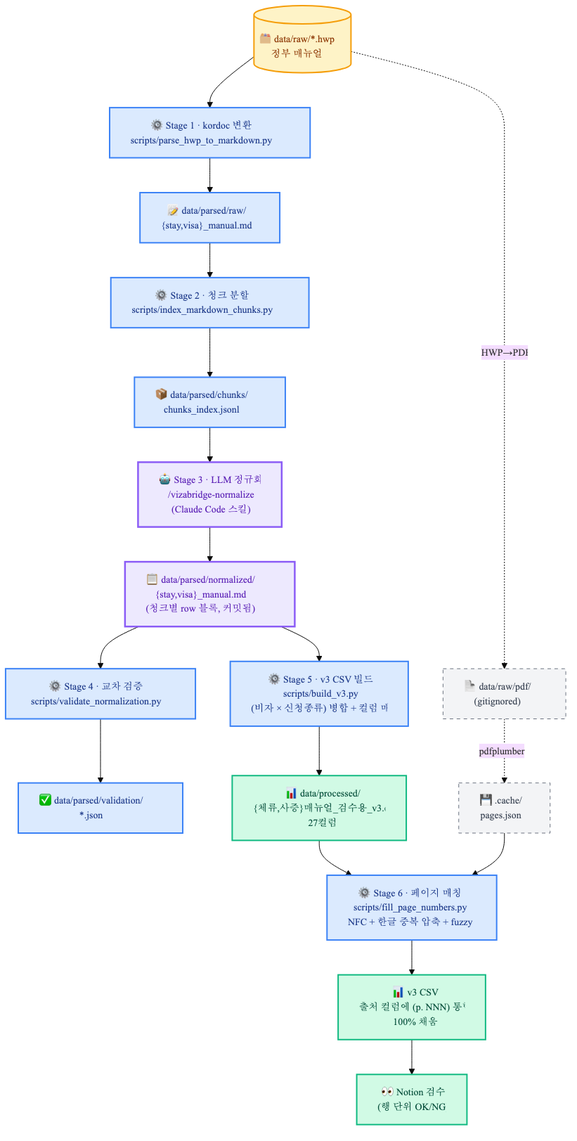
Above: docs/diagrams/pipeline_flow.png in jhkim0602/-Vizabridge-IT-AI- (Mermaid), before the change. Its source is kept beside it as docs/diagrams/pipeline_flow.mmd.
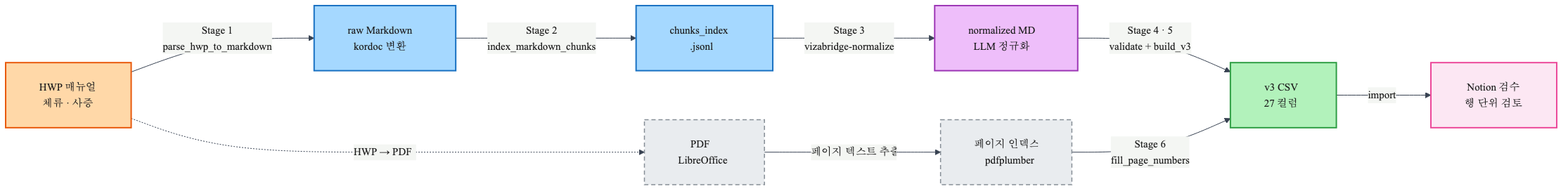
Later version of the same file.

Diff of the diagram source:
```diff
@@ -1,33 +1,28 @@
-%%{init: {'theme': 'base', 'themeVariables': {'fontFamily': 'Apple SD Gothic Neo, Noto Sans KR, sans-serif', 'fontSize': '14px'}}}%%
-flowchart TB
-    classDef source fill:#fef3c7,stroke:#f59e0b,stroke-width:2px,color:#92400e
-    classDef det fill:#dbeafe,stroke:#3b82f6,stroke-width:2px,color:#1e3a8a
-    classDef llm fill:#ede9fe,stroke:#8b5cf6,stroke-width:2.5px,color:#5b21b6
-    classDef out fill:#d1fae5,stroke:#10b981,stroke-width:2px,color:#064e3b
-    classDef tool fill:#f3f4f6,stroke:#6b7280,stroke-dasharray:5 5,color:#374151
+%%{init: {'theme': 'base', 'themeVariables': {'fontFamily': 'Helvetica, sans-serif', 'fontSize': '15px', 'primaryColor': '#f3f4f6', 'primaryTextColor': '#1e1e1e', 'primaryBorderColor': '#374151', 'lineColor': '#374151'}, 'flowchart': {'curve': 'basis', 'padding': 24, 'nodeSpacing': 70, 'rankSpacing': 90}}}%%
+flowchart LR
+    classDef source fill:#ffd8a8,stroke:#e8590c,stroke-width:2px,color:#1e1e1e
+    classDef det fill:#a5d8ff,stroke:#1971c2,stroke-width:2px,color:#1e1e1e
+    classDef llm fill:#eebefa,stroke:#9c36b5,stroke-width:2px,color:#1e1e1e
+    classDef out fill:#b2f2bb,stroke:#2f9e44,stroke-width:2px,color:#1e1e1e
+    classDef derived fill:#e9ecef,stroke:#868e96,stroke-width:1.5px,color:#1e1e1e,stroke-dasharray:6 4
+    classDef rev fill:#fce7f3,stroke:#ec4899,stroke-width:2px,color:#1e1e1e
 
-    HWP[("🗂️ data/raw/*.hwp<br/>정부 매뉴얼")]:::source
+    HWP["HWP 매뉴얼&nbsp;&nbsp;<br/>체류 · 사증&nbsp;&nbsp;"]:::source
+    MD["raw Markdown&nbsp;&nbsp;<br/>kordoc 변환&nbsp;&nbsp;"]:::det
+    CHK["chunks_index&nbsp;&nbsp;<br/>.jsonl"]:::det
+    NORM["normalized MD&nbsp;&nbsp;<br/>LLM 정규화&nbsp;&nbsp;"]:::llm
+    CSV["v3 CSV&nbsp;&nbsp;<br/>27 컬럼&nbsp;&nbsp;"]:::out
+    REV["Notion 검수&nbsp;&nbsp;<br/>행 단위 검토&nbsp;&nbsp;"]:::rev
 
-    HWP --> S1["⚙️ Stage 1 · kordoc 변환<br/>scripts/parse_hwp_to_markdown.py"]:::det
-    S1 --> RAW["📝 data/parsed/raw/<br/>{stay,visa}_manual.md"]:::det
+    PDF["PDF&nbsp;&nbsp;<br/>LibreOffice"]:::derived
+    PAGES["페이지 인덱스&nbsp;&nbsp;<br/>pdfplumber"]:::derived
 
-    RAW --> S2["⚙️ Stage 2 · 청크 분할<br/>scripts/index_markdown_chunks.py"]:::det
-    S2 --> CHUNKS["📦 data/parsed/chunks/<br/>chunks_index.jsonl"]:::det
+    HWP -->|"Stage 1<br/>parse_hwp_to_markdown"| MD
+    MD -->|"Stage 2<br/>index_markdown_chunks"| CHK
+    CHK -->|"Stage 3<br/>vizabridge-normalize"| NORM
+    NORM -->|"Stage 4 · 5<br/>validate + build_v3"| CSV
+    CSV -->|"import"| REV
 
-    CHUNKS --> S3["🤖 Stage 3 · LLM 정규화<br/>/vizabridge-normalize<br/>(Claude Code 스킬)"]:::llm
-    S3 --> NORM["📋 data/parsed/normalized/<br/>{stay,visa}_manual.md<br/>(청크별 row 블록, 커밋됨)"]:::llm
-
-    NORM --> S4["⚙️ Stage 4 · 교차 검증<br/>scripts/validate_normalization.py"]:::det
-    S4 --> VAL["✅ data/parsed/validation/<br/>*.json"]:::det
-
-    NORM --> S5["⚙️ Stage 5 · v3 CSV 빌드<br/>scripts/build_v3.py<br/>(비자 × 신청종류) 병합 + 컬럼 매핑"]:::det
-    S5 --> CSV["📊 data/processed/<br/>{체류,사증}매뉴얼_검수용_v3.csv<br/>27컬럼"]:::out
-
-    HWP -.HWP→PDF.-> PDF["📄 data/raw/pdf/<br/>(gitignored)"]:::tool
-    PDF -.pdfplumber.-> CACHE["💾 .cache/<br/>pages.json"]:::tool
-
-    CACHE --> S6["⚙️ Stage 6 · 페이지 매칭<br/>scripts/fill_page_numbers.py<br/>NFC + 한글 중복 압축 + fuzzy"]:::det
-    CSV --> S6
-    S6 --> FINAL["📊 v3 CSV<br/>출처 컬럼에 (p. NNN) 통합<br/>100% 채움"]:::out
-
-    FINAL --> REV["👀 Notion 검수<br/>(행 단위 OK/NG)"]:::out
+    HWP -.->|"HWP &rarr; PDF&nbsp;&nbsp;"| PDF
+    PDF -->|"페이지 텍스트 추출&nbsp;&nbsp;"| PAGES
+    PAGES -->|"Stage 6<br/>fill_page_numbers"| CSV
```
